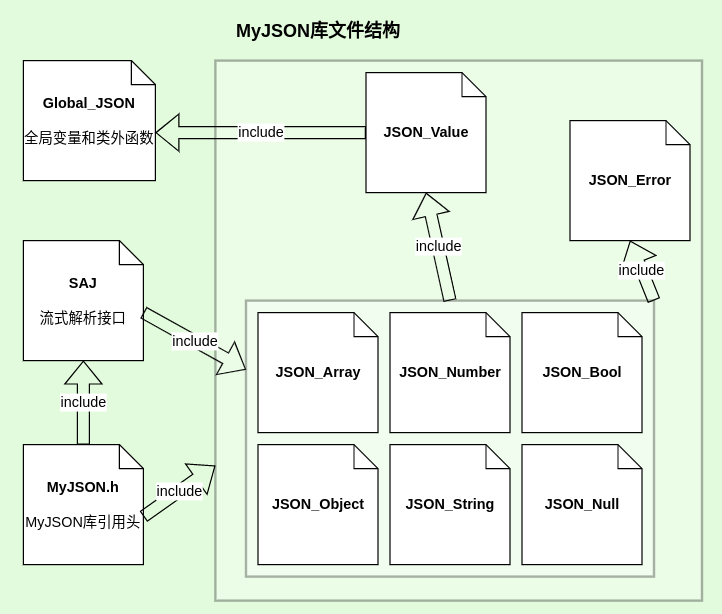
Before: pic_src/files.png, a diagram exported from draw.io (Tankckr/JSON_analyser). Source tidied: cells renumbered, new cells last; positions are measured from the earlier drawing's top-left corner, leaving out a move shared by most shapes.
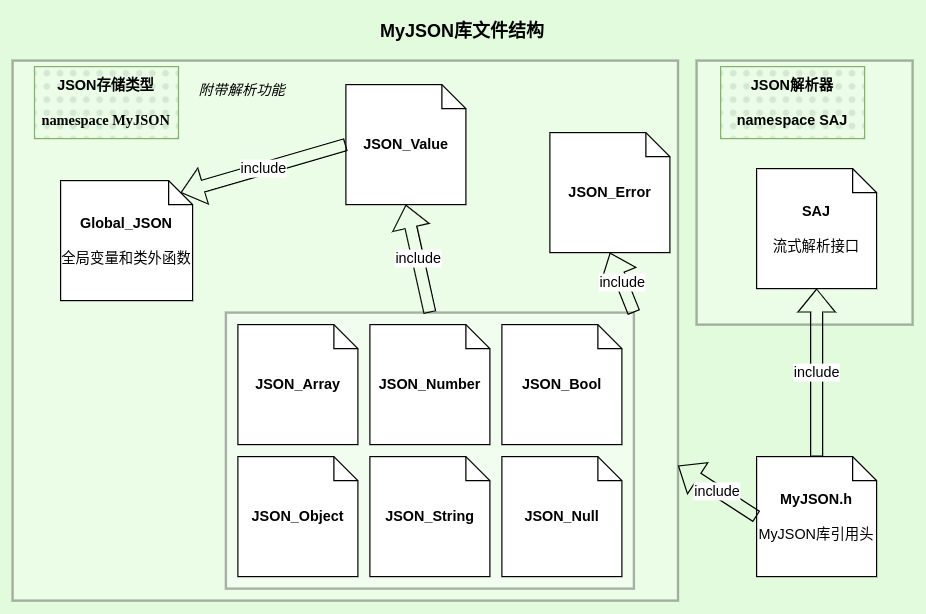
Above is the later version.

What changed in the source:
```diff
@@ -2,49 +2,52 @@
   <root>
     <mxCell id="0" />
     <mxCell id="1" parent="0" />
+    <mxCell id="23" style="rounded=0;whiteSpace=wrap;html=1;opacity=30;strokeWidth=2;" parent="1" vertex="1">
+      <mxGeometry x="596.7" y="40" width="180" height="220" as="geometry" />
+    </mxCell>
     <mxCell id="2" style="rounded=0;whiteSpace=wrap;html=1;opacity=0;" parent="1" vertex="1">
-      <mxGeometry width="600" height="510" as="geometry" />
+      <mxGeometry x="16.7" y="-10" width="770" height="510" as="geometry" />
     </mxCell>
     <mxCell id="3" style="rounded=0;whiteSpace=wrap;html=1;opacity=30;strokeWidth=2;" parent="1" vertex="1">
-      <mxGeometry x="179" y="50" width="405.5" height="450" as="geometry" />
+      <mxGeometry x="26.7" y="40" width="554.5" height="450" as="geometry" />
     </mxCell>
     <mxCell id="4" style="rounded=0;whiteSpace=wrap;html=1;opacity=30;strokeWidth=2;" parent="1" vertex="1">
-      <mxGeometry x="204.5" y="250" width="340" height="230" as="geometry" />
+      <mxGeometry x="204.4" y="250" width="340" height="230" as="geometry" />
     </mxCell>
     <mxCell id="5" value="&lt;b&gt;Global_JSON&lt;/b&gt;&lt;div&gt;&lt;br&gt;&lt;/div&gt;&lt;div&gt;全局变量和类外函数&lt;/div&gt;" style="shape=note;size=20;whiteSpace=wrap;html=1;" parent="1" vertex="1">
-      <mxGeometry x="19" y="50" width="110" height="100" as="geometry" />
+      <mxGeometry x="66.7" y="140" width="110" height="100" as="geometry" />
     </mxCell>
     <mxCell id="6" value="JSON_Value" style="shape=note;size=20;whiteSpace=wrap;html=1;fontStyle=1;" parent="1" vertex="1">
-      <mxGeometry x="304.5" y="60" width="100" height="100" as="geometry" />
+      <mxGeometry x="304.4" y="60" width="100" height="100" as="geometry" />
     </mxCell>
     <mxCell id="7" value="JSON_Object" style="shape=note;size=20;whiteSpace=wrap;html=1;fontStyle=1;" parent="1" vertex="1">
-      <mxGeometry x="214.5" y="370" width="100" height="100" as="geometry" />
+      <mxGeometry x="214.4" y="370" width="100" height="100" as="geometry" />
     </mxCell>
     <mxCell id="8" value="JSON_Error" style="shape=note;size=20;whiteSpace=wrap;html=1;fontStyle=1;" parent="1" vertex="1">
-      <mxGeometry x="474.5" y="100" width="100" height="100" as="geometry" />
+      <mxGeometry x="474.4" y="100" width="100" height="100" as="geometry" />
     </mxCell>
     <mxCell id="9" value="JSON_String" style="shape=note;size=20;whiteSpace=wrap;html=1;fontStyle=1;" parent="1" vertex="1">
-      <mxGeometry x="324.5" y="370" width="100" height="100" as="geometry" />
+      <mxGeometry x="324.4" y="370" width="100" height="100" as="geometry" />
     </mxCell>
     <mxCell id="10" value="JSON_Array" style="shape=note;size=20;whiteSpace=wrap;html=1;fontStyle=1;" parent="1" vertex="1">
-      <mxGeometry x="214.5" y="260" width="100" height="100" as="geometry" />
+      <mxGeometry x="214.4" y="260" width="100" height="100" as="geometry" />
     </mxCell>
     <mxCell id="11" value="JSON_Null" style="shape=note;size=20;whiteSpace=wrap;html=1;fontStyle=1;" parent="1" vertex="1">
-      <mxGeometry x="434.5" y="370" width="100" height="100" as="geometry" />
+      <mxGeometry x="434.4" y="370" width="100" height="100" as="geometry" />
     </mxCell>
     <mxCell id="12" value="JSON_Bool" style="shape=note;size=20;whiteSpace=wrap;html=1;fontStyle=1;" parent="1" vertex="1">
-      <mxGeometry x="434.5" y="260" width="100" height="100" as="geometry" />
+      <mxGeometry x="434.4" y="260" width="100" height="100" as="geometry" />
     </mxCell>
     <mxCell id="13" value="JSON_Number" style="shape=note;size=20;whiteSpace=wrap;html=1;fontStyle=1;" parent="1" vertex="1">
-      <mxGeometry x="324.5" y="260" width="100" height="100" as="geometry" />
+      <mxGeometry x="324.4" y="260" width="100" height="100" as="geometry" />
     </mxCell>
     <mxCell id="14" value="SAJ&lt;div&gt;&lt;br&gt;&lt;/div&gt;&lt;div&gt;&lt;span style=&quot;font-weight: normal;&quot;&gt;流式解析接口&lt;/span&gt;&lt;/div&gt;" style="shape=note;size=20;whiteSpace=wrap;html=1;fontStyle=1;" parent="1" vertex="1">
-      <mxGeometry x="19" y="200" width="100" height="100" as="geometry" />
+      <mxGeometry x="646.7" y="130" width="100" height="100" as="geometry" />
     </mxCell>
     <mxCell id="15" value="&lt;div&gt;MyJSON.h&lt;/div&gt;&lt;div&gt;&lt;br&gt;&lt;/div&gt;&lt;div&gt;&lt;span style=&quot;font-weight: 400;&quot;&gt;MyJSON库引用头&lt;/span&gt;&lt;/div&gt;" style="shape=note;size=20;whiteSpace=wrap;html=1;fontStyle=1;" parent="1" vertex="1">
-      <mxGeometry x="19" y="370" width="100" height="100" as="geometry" />
+      <mxGeometry x="646.7" y="370" width="100" height="100" as="geometry" />
     </mxCell>
-    <mxCell id="16" value="include" style="rounded=0;jettySize=auto;html=1;exitX=0;exitY=0.5;exitDx=0;exitDy=0;exitPerimeter=0;shape=flexArrow;strokeWidth=1;entryX=0;entryY=0;entryDx=110;entryDy=60;entryPerimeter=0;" parent="1" edge="1" source="6" target="5">
+    <mxCell id="16" value="include" style="rounded=0;jettySize=auto;html=1;exitX=0;exitY=0.5;exitDx=0;exitDy=0;exitPerimeter=0;shape=flexArrow;strokeWidth=1;entryX=0;entryY=0;entryDx=100;entryDy=10;entryPerimeter=0;" parent="1" edge="1" source="6" target="5">
       <mxGeometry relative="1" as="geometry" />
     </mxCell>
     <mxCell id="17" value="include" style="rounded=0;jettySize=auto;html=1;exitX=1;exitY=0;exitDx=0;exitDy=0;shape=flexArrow;strokeWidth=1;entryX=0.5;entryY=1;entryDx=0;entryDy=0;entryPerimeter=0;" parent="1" edge="1" source="4" target="8">
@@ -53,17 +56,23 @@
     <mxCell id="18" value="include" style="rounded=0;jettySize=auto;html=1;exitX=0.5;exitY=0;exitDx=0;exitDy=0;shape=flexArrow;strokeWidth=1;entryX=0.5;entryY=1;entryDx=0;entryDy=0;entryPerimeter=0;" parent="1" edge="1" source="4" target="6">
       <mxGeometry relative="1" as="geometry" />
     </mxCell>
-    <mxCell id="19" value="include" style="rounded=0;jettySize=auto;html=1;exitX=0;exitY=0;exitDx=100;exitDy=60;shape=flexArrow;strokeWidth=1;entryX=0;entryY=0.75;entryDx=0;entryDy=0;exitPerimeter=0;" parent="1" edge="1" source="15" target="3">
-      <mxGeometry relative="1" as="geometry" />
-    </mxCell>
-    <mxCell id="20" value="include" style="rounded=0;jettySize=auto;html=1;exitX=0;exitY=0;exitDx=100;exitDy=60;shape=flexArrow;strokeWidth=1;entryX=0;entryY=0.25;entryDx=0;entryDy=0;exitPerimeter=0;" parent="1" edge="1" source="14" target="4">
-      <mxGeometry relative="1" as="geometry" />
-    </mxCell>
     <mxCell id="21" value="include" style="rounded=0;jettySize=auto;html=1;exitX=0.5;exitY=0;exitDx=0;exitDy=0;shape=flexArrow;strokeWidth=1;entryX=0.5;entryY=1;entryDx=0;entryDy=0;exitPerimeter=0;entryPerimeter=0;" parent="1" edge="1" source="15" target="14">
       <mxGeometry relative="1" as="geometry" />
     </mxCell>
     <mxCell id="22" value="MyJSON库文件结构" style="text;strokeColor=none;align=center;fillColor=none;html=1;verticalAlign=middle;whiteSpace=wrap;rounded=0;fontSize=15;fontStyle=1;" parent="1" vertex="1">
-      <mxGeometry x="191.8" y="10" width="145.5" height="30" as="geometry" />
+      <mxGeometry x="328.9" width="145.5" height="30" as="geometry" />
     </mxCell>
+    <mxCell id="24" value="JSON存储类型&lt;div&gt;&lt;br&gt;&lt;div&gt;&lt;font style=&quot;&quot; face=&quot;Times New Roman&quot;&gt;namespace MyJSON&lt;/font&gt;&lt;/div&gt;&lt;/div&gt;" style="text;strokeColor=#82b366;align=center;fillColor=#d5e8d4;html=1;verticalAlign=middle;whiteSpace=wrap;rounded=0;fontStyle=1;fontSize=12;fillStyle=dots;" parent="1" vertex="1">
+      <mxGeometry x="45" y="45" width="120" height="60" as="geometry" />
+    </mxCell>
+    <mxCell id="25" value="&lt;font style=&quot;font-size: 11px;&quot;&gt;附带解析功能&lt;/font&gt;" style="text;strokeColor=none;align=center;fillColor=none;html=1;verticalAlign=middle;whiteSpace=wrap;rounded=0;fontStyle=2;fontSize=8;fillStyle=dots;" parent="1" vertex="1">
+      <mxGeometry x="166.7" y="50" width="102.8" height="30" as="geometry" />
+    </mxCell>
+    <mxCell id="26" value="JSON解析器&lt;div&gt;&lt;br&gt;&lt;/div&gt;&lt;div&gt;namespace SAJ&lt;/div&gt;" style="text;strokeColor=#82b366;align=center;fillColor=#d5e8d4;html=1;verticalAlign=middle;whiteSpace=wrap;rounded=0;fontStyle=1;fontSize=12;fillStyle=dots;" parent="1" vertex="1">
+      <mxGeometry x="616.7" y="45" width="120" height="60" as="geometry" />
+    </mxCell>
+    <mxCell id="19" value="include" style="rounded=0;jettySize=auto;html=1;exitX=0;exitY=0.5;exitDx=0;exitDy=0;shape=flexArrow;strokeWidth=1;entryX=1;entryY=0.75;entryDx=0;entryDy=0;exitPerimeter=0;" parent="1" edge="1" source="15" target="3">
+      <mxGeometry relative="1" as="geometry" />
+    </mxCell>
   </root>
 </mxGraphModel>
```
